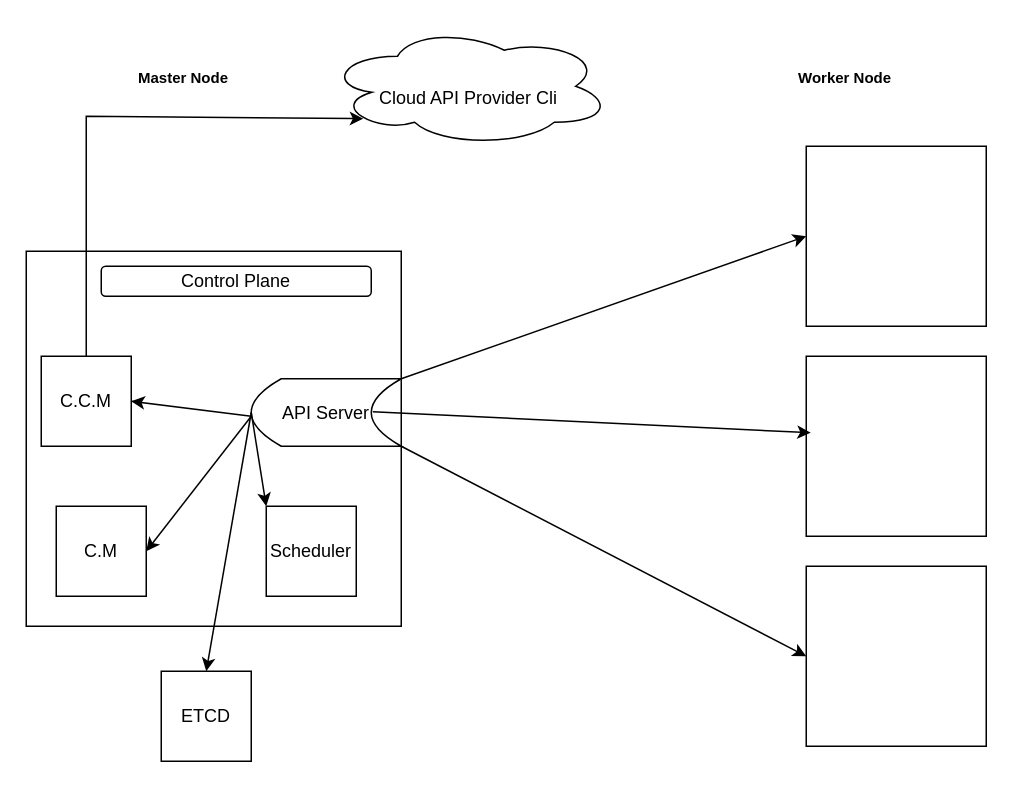
tahase/Deployment_practice keeps this draw.io diagram as Diagramme sans nom.drawio. Above is the earlier version. Source tidied: cells renumbered, new cells numbered last; positions are measured from the earlier drawing's top-left corner, leaving out a move shared by most shapes. Both pictures are drawn from the tidied source at 150%, with x=0, y=0 at pixel (26, 26).
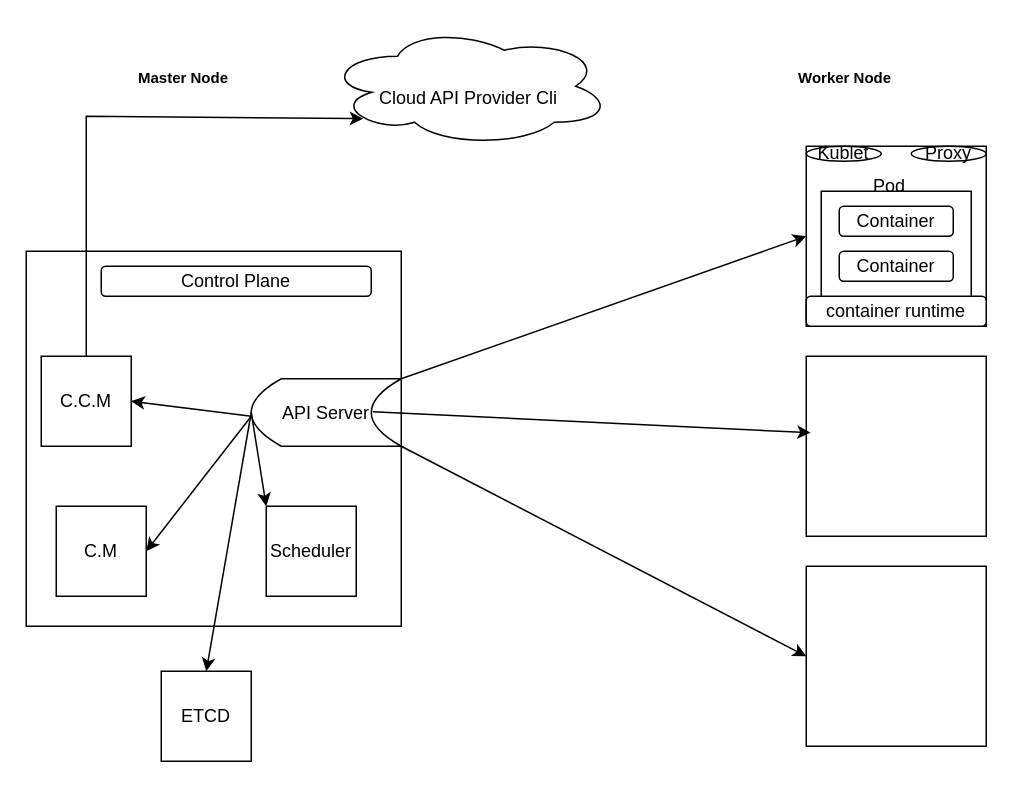
After the change.

Commit message:
Kube Architecture

The edit, as a diff of the source:
```diff
@@
+    <mxCell id="23" value="Proxy" style="ellipse;whiteSpace=wrap;html=1;" parent="1" vertex="1">
+      <mxGeometry x="590" y="80" width="50" height="10" as="geometry" />
+    </mxCell>
+    <mxCell id="24" value="container runtime" style="rounded=1;whiteSpace=wrap;html=1;" parent="1" vertex="1">
+      <mxGeometry x="520" y="180" width="120" height="20" as="geometry" />
+    </mxCell>
+    <mxCell id="25" value="Kublet" style="ellipse;whiteSpace=wrap;html=1;" parent="1" vertex="1">
+      <mxGeometry x="520" y="80" width="50" height="10" as="geometry" />
+    </mxCell>
+    <mxCell id="26" style="rounded=0;whiteSpace=wrap;html=1;" parent="1" vertex="1">
+      <mxGeometry x="530" y="110" width="100" height="70" as="geometry" />
+    </mxCell>
+    <mxCell id="27" value="Pod" style="text;html=1;strokeColor=none;fillColor=none;spacing=5;spacingTop=-20;whiteSpace=wrap;overflow=hidden;rounded=0;" parent="1" vertex="1">
+      <mxGeometry x="560" y="110" width="30" as="geometry" />
+    </mxCell>
+    <mxCell id="28" value="Container" style="rounded=1;whiteSpace=wrap;html=1;" parent="1" vertex="1">
+      <mxGeometry x="542" y="120" width="76" height="20" as="geometry" />
+    </mxCell>
+    <mxCell id="29" value="Container" style="rounded=1;whiteSpace=wrap;html=1;" parent="1" vertex="1">
+      <mxGeometry x="542" y="150" width="76" height="20" as="geometry" />
+    </mxCell>
```
